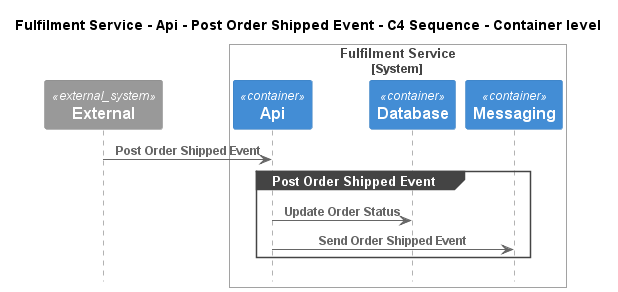
Before: e-commerce-platform/Software Systems/Fulfilment Service/Containers/Api/Interfaces/Post Order Shipped Event/Container - C4 Sequence.png, a diagram exported from PlantUML (C4InterFlow/architecture-as-code-samples). The source it was exported from:
```plantuml
@startuml
!pragma layout smetana
!include ..\..\..\..\..\..\.c4s\C4_Sequence.puml

title Fulfilment Service - Api - Post Order Shipped Event - C4 Sequence - Container level

System_Ext(C4InterFlow.SoftwareSystems.ExternalSystem, "External", "")

System_Boundary(ECommercePlatform.SoftwareSystems.FulfilmentService, "Fulfilment Service")
    Container(ECommercePlatform.SoftwareSystems.FulfilmentService.Containers.Api, "Api", "", "")
    Container(ECommercePlatform.SoftwareSystems.FulfilmentService.Containers.Database, "Database", "", "")
    Container(ECommercePlatform.SoftwareSystems.FulfilmentService.Containers.Messaging, "Messaging", "", "")
Boundary_End()

Rel(C4InterFlow.SoftwareSystems.ExternalSystem, ECommercePlatform.SoftwareSystems.FulfilmentService.Containers.Api, "Post Order Shipped Event")
group Post Order Shipped Event
Rel(ECommercePlatform.SoftwareSystems.FulfilmentService.Containers.Api, ECommercePlatform.SoftwareSystems.FulfilmentService.Containers.Database, "Update Order Status")
Rel(ECommercePlatform.SoftwareSystems.FulfilmentService.Containers.Api, ECommercePlatform.SoftwareSystems.FulfilmentService.Containers.Messaging, "Send Order Shipped Event")
end


@enduml
```
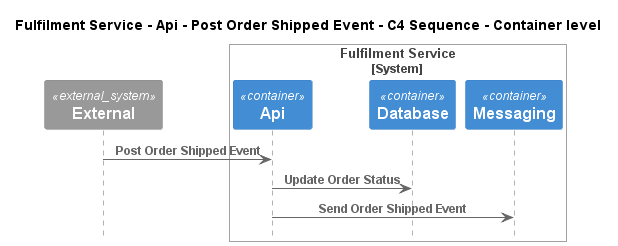
After the commit.

The edit, as a diff of the source:
```diff
@@ -13,10 +13,8 @@
 Boundary_End()
 
 Rel(C4InterFlow.SoftwareSystems.ExternalSystem, ECommercePlatform.SoftwareSystems.FulfilmentService.Containers.Api, "Post Order Shipped Event")
-group Post Order Shipped Event
 Rel(ECommercePlatform.SoftwareSystems.FulfilmentService.Containers.Api, ECommercePlatform.SoftwareSystems.FulfilmentService.Containers.Database, "Update Order Status")
 Rel(ECommercePlatform.SoftwareSystems.FulfilmentService.Containers.Api, ECommercePlatform.SoftwareSystems.FulfilmentService.Containers.Messaging, "Send Order Shipped Event")
-end
 
 
 @enduml
```
